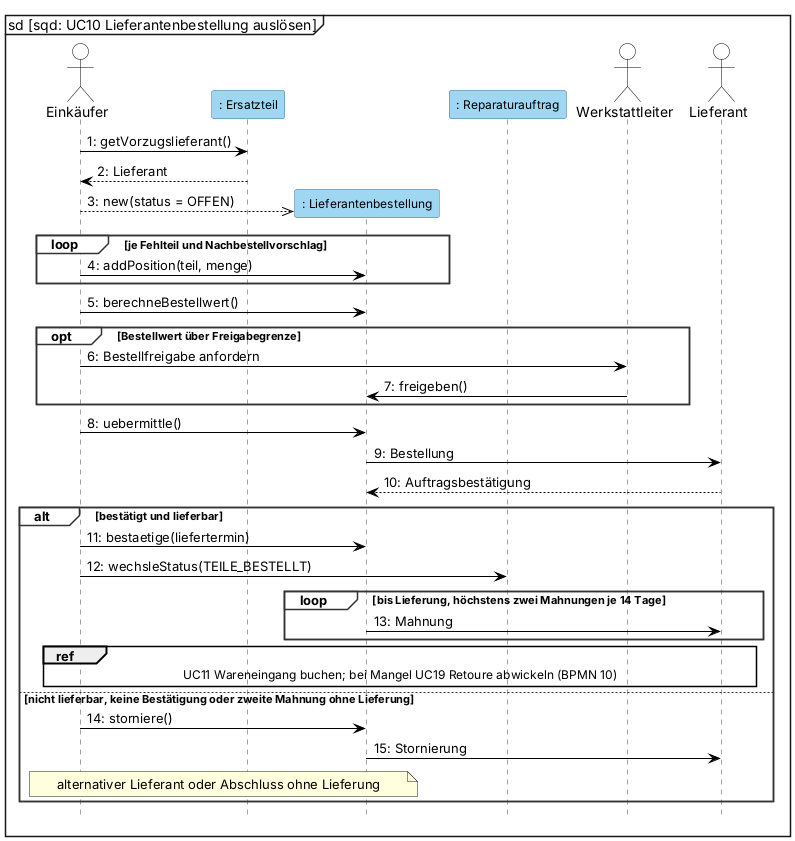
Before: 2_uml/entwurf-plantuml/sequenz-06-nachbestellvorschlag.png, a diagram exported from PlantUML (jakobschwan123-cmd/casestudy-semester-3).
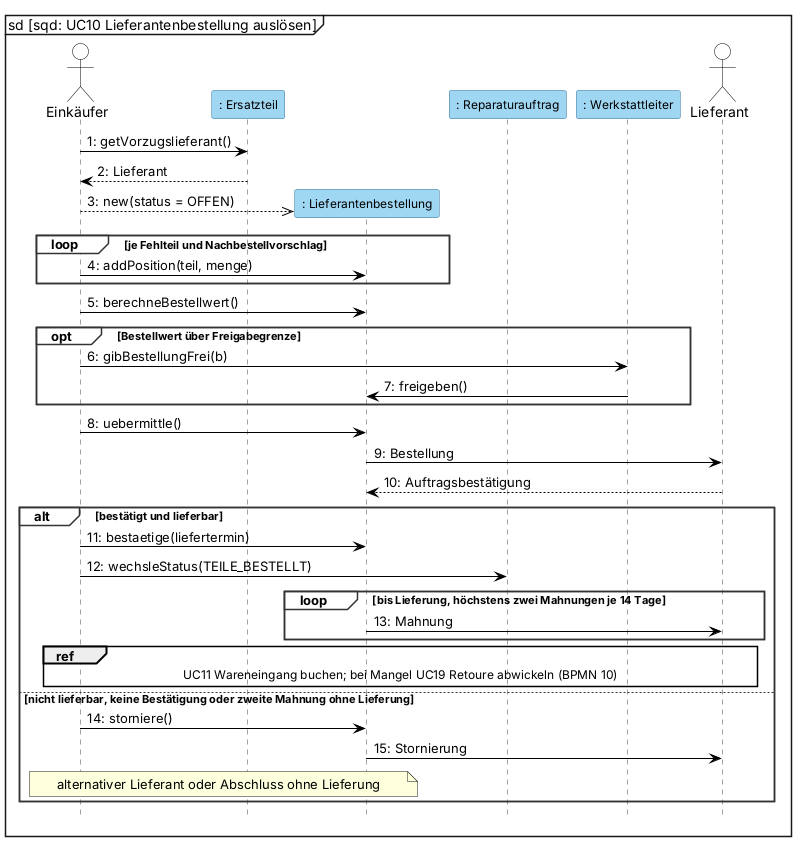
Above is the later version.

Commit message:
[T05 2026-10-16] fix: Werkstattleiter as class object in SD5 and SD6

What changed in the source:
```diff
@@ -24,7 +24,7 @@
 participant ": Ersatzteil" as ET
 participant ": Lieferantenbestellung" as BEST
 participant ": Reparaturauftrag" as RA
-actor Werkstattleiter as WL
+participant ": Werkstattleiter" as WL
 actor Lieferant
 
 E -> ET : getVorzugslieferant()
@@ -36,7 +36,7 @@
 end
 E -> BEST : berechneBestellwert()
 opt Bestellwert über Freigabegrenze
-    E -> WL : Bestellfreigabe anfordern
+    E -> WL : gibBestellungFrei(b)
     WL -> BEST : freigeben()
 end
 E -> BEST : uebermittle()
```
